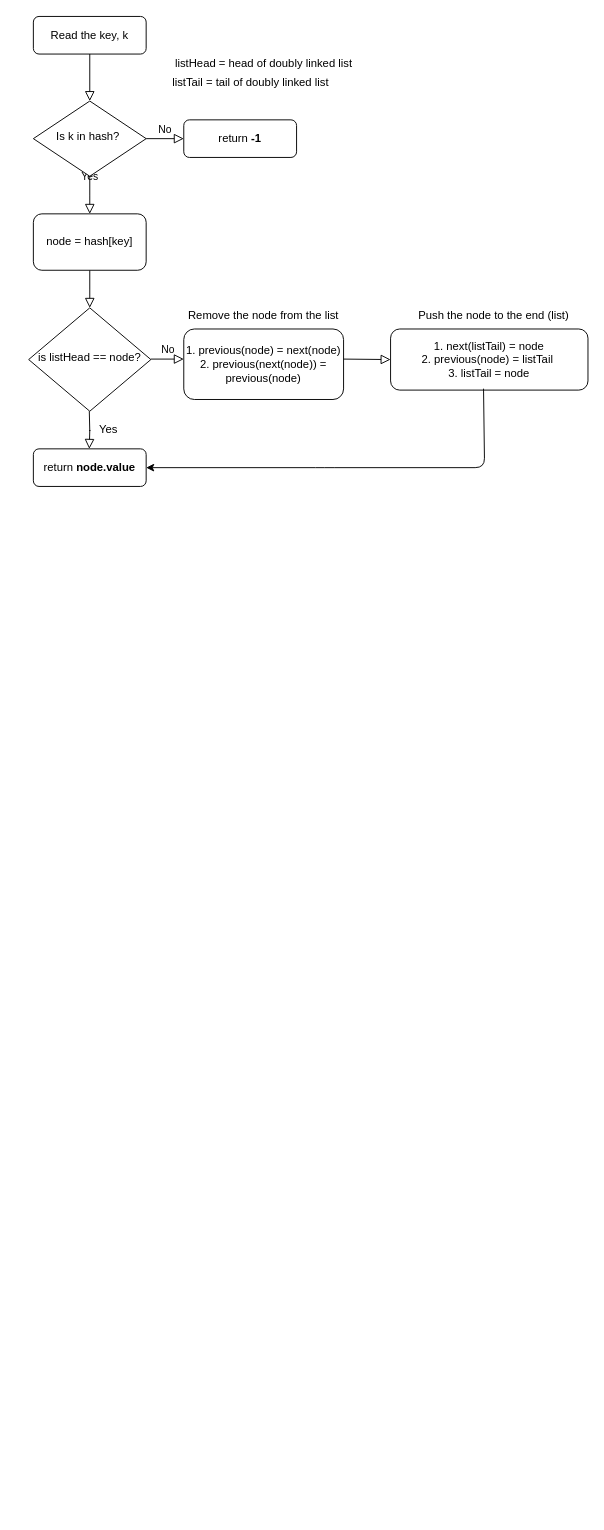
hawaijar/FireLeetcode keeps this draw.io diagram as Untitled Diagram.drawio. Above is the earlier version. Source tidied: cells renumbered, new cells numbered last; positions are measured from the earlier drawing's top-left corner, leaving out a move shared by most shapes. Both pictures are drawn from the tidied source at 94%, with x=0, y=0 at pixel (28, 16).
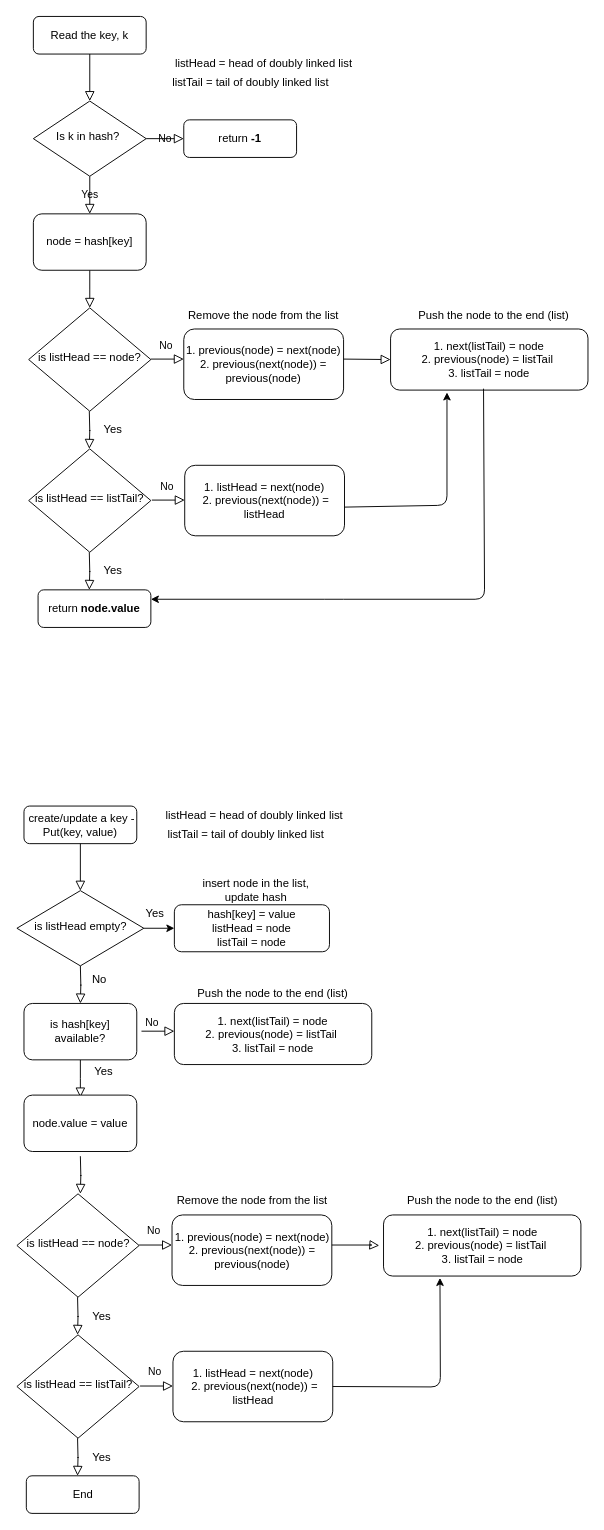
Above is the later version.

Commit message:
Added write flow chart (LRU cache)

The change refers to these unchanged cells:
```xml
<mxCell id="3" value="Read the key, k" style="rounded=1;whiteSpace=wrap;html=1;fontSize=12;glass=0;strokeWidth=1;shadow=0;" parent="1" vertex="1">
  <mxGeometry x="5" width="120" height="40" as="geometry" />
</mxCell>
<mxCell id="9" value="node = hash[key]" style="rounded=1;whiteSpace=wrap;html=1;" parent="1" vertex="1">
  <mxGeometry x="5" y="210" width="120" height="60" as="geometry" />
</mxCell>
<mxCell id="18" value="1. next(listTail) = node &lt;br&gt;2. previous(node) = listTail&amp;nbsp; &lt;br&gt;3. listTail = node" style="rounded=1;whiteSpace=wrap;html=1;fontSize=12;glass=0;strokeWidth=1;shadow=0;" parent="1" vertex="1">
  <mxGeometry x="385" y="332.5" width="210" height="65" as="geometry" />
</mxCell>
```

Change to the diagram source:
```diff
@@
-    <mxCell id="2" style="rounded=0;html=1;jettySize=auto;fontSize=11;endArrow=block;endFill=0;endSize=8;strokeWidth=1;shadow=0;labelBackgroundColor=none;edgeStyle=orthogonalEdgeStyle;" parent="1" edge="1" source="3" target="6">
-      <mxGeometry relative="1" as="geometry" />
-    </mxCell>
+    <mxCell id="23" value="&amp;nbsp;create/update a key - Put(key, value)" style="rounded=1;whiteSpace=wrap;html=1;fontSize=12;glass=0;strokeWidth=1;shadow=0;" parent="1" vertex="1">
+      <mxGeometry x="-5" y="840" width="120" height="40" as="geometry" />
+    </mxCell>
+    <mxCell id="24" value="is listHead empty?" style="rhombus;whiteSpace=wrap;html=1;shadow=0;fontFamily=Helvetica;fontSize=12;align=center;strokeWidth=1;spacing=6;spacingTop=-4;" parent="1" vertex="1">
+      <mxGeometry x="-12.5" y="930" width="135" height="80" as="geometry" />
+    </mxCell>
+    <mxCell id="25" style="rounded=0;html=1;jettySize=auto;fontSize=11;endArrow=block;endFill=0;endSize=8;strokeWidth=1;shadow=0;labelBackgroundColor=none;edgeStyle=orthogonalEdgeStyle;" parent="1" edge="1" source="23" target="24">
+      <mxGeometry x="145" y="920" as="geometry" />
+    </mxCell>
+    <mxCell id="26" value="hash[key] = value&lt;br&gt;listHead = node&lt;br&gt;listTail = node" style="rounded=1;whiteSpace=wrap;html=1;fontSize=12;glass=0;strokeWidth=1;shadow=0;" parent="1" vertex="1">
+      <mxGeometry x="155" y="945" width="165" height="50" as="geometry" />
+    </mxCell>
+    <mxCell id="27" style="rounded=0;html=1;jettySize=auto;fontSize=11;endArrow=block;endFill=0;endSize=8;strokeWidth=1;shadow=0;labelBackgroundColor=none;edgeStyle=orthogonalEdgeStyle;exitX=0.5;exitY=1;exitDx=0;exitDy=0;" parent="1" edge="1" source="28">
+      <mxGeometry x="145" y="920" as="geometry">
+        <mxPoint x="55" y="1150" as="targetPoint" />
+      </mxGeometry>
+    </mxCell>
+    <mxCell id="28" value="is hash[key] available?" style="rounded=1;whiteSpace=wrap;html=1;" parent="1" vertex="1">
+      <mxGeometry x="-5" y="1050" width="120" height="60" as="geometry" />
+    </mxCell>
+    <mxCell id="29" value="listHead = head of doubly linked list&amp;nbsp;" style="text;html=1;strokeColor=none;fillColor=none;align=center;verticalAlign=middle;whiteSpace=wrap;rounded=0;" parent="1" vertex="1">
+      <mxGeometry x="139" y="840" width="206" height="20" as="geometry" />
+    </mxCell>
+    <mxCell id="30" value="listTail = tail of doubly linked list&amp;nbsp;" style="text;html=1;strokeColor=none;fillColor=none;align=center;verticalAlign=middle;whiteSpace=wrap;rounded=0;" parent="1" vertex="1">
+      <mxGeometry x="130" y="860" width="206" height="20" as="geometry" />
+    </mxCell>
+    <mxCell id="31" style="rounded=0;html=1;jettySize=auto;orthogonalLoop=1;fontSize=11;endArrow=block;endFill=0;endSize=8;strokeWidth=1;shadow=0;labelBackgroundColor=none;edgeStyle=orthogonalEdgeStyle;exitX=0.5;exitY=1;exitDx=0;exitDy=0;" parent="1" edge="1">
+      <mxGeometry x="145" y="820" as="geometry">
+        <mxPoint x="55" y="1010" as="sourcePoint" />
+        <mxPoint x="55" y="1050" as="targetPoint" />
+      </mxGeometry>
+    </mxCell>
+    <mxCell id="32" style="endArrow=classic;html=1;entryX=0;entryY=0.5;entryDx=0;entryDy=0;exitX=1;exitY=0.5;exitDx=0;exitDy=0;" parent="1" edge="1" source="24" target="26">
+      <mxGeometry relative="1" as="geometry" />
+    </mxCell>
+    <mxCell id="33" value="insert node in the list, update hash" style="text;html=1;strokeColor=none;fillColor=none;align=center;verticalAlign=middle;whiteSpace=wrap;rounded=0;" parent="1" vertex="1">
+      <mxGeometry x="182" y="920" width="120" height="20" as="geometry" />
+    </mxCell>
+    <mxCell id="34" value="Yes" style="text;html=1;strokeColor=none;fillColor=none;align=center;verticalAlign=middle;whiteSpace=wrap;rounded=0;" parent="1" vertex="1">
+      <mxGeometry x="130" y="950" width="9" height="10" as="geometry" />
+    </mxCell>
+    <mxCell id="35" value="No" style="text;html=1;strokeColor=none;fillColor=none;align=center;verticalAlign=middle;whiteSpace=wrap;rounded=0;" parent="1" vertex="1">
+      <mxGeometry x="70.5" y="1020" width="9" height="10" as="geometry" />
+    </mxCell>
+    <mxCell id="36" value="1. next(listTail) = node &lt;br&gt;2. previous(node) = listTail&amp;nbsp; &lt;br&gt;3. listTail = node" style="rounded=1;whiteSpace=wrap;html=1;fontSize=12;glass=0;strokeWidth=1;shadow=0;" parent="1" vertex="1">
+      <mxGeometry x="155" y="1050" width="210" height="65" as="geometry" />
+    </mxCell>
+    <mxCell id="37" value="Push the node to the end (list)" style="text;html=1;strokeColor=none;fillColor=none;align=center;verticalAlign=middle;whiteSpace=wrap;rounded=0;" parent="1" vertex="1">
+      <mxGeometry x="170" y="1030" width="180" height="20" as="geometry" />
+    </mxCell>
+    <mxCell id="38" value="No" style="edgeStyle=orthogonalEdgeStyle;rounded=0;html=1;jettySize=auto;orthogonalLoop=1;fontSize=11;endArrow=block;endFill=0;endSize=8;strokeWidth=1;shadow=0;labelBackgroundColor=none;" parent="1" edge="1">
+      <mxGeometry x="-5" y="240" as="geometry">
+        <mxPoint x="120" y="1079.5" as="sourcePoint" />
+        <mxPoint x="155" y="1080" as="targetPoint" />
+        <mxPoint x="-7" y="-10" as="offset" />
+      </mxGeometry>
+    </mxCell>
+    <mxCell id="39" value="Yes" style="text;html=1;strokeColor=none;fillColor=none;align=center;verticalAlign=middle;whiteSpace=wrap;rounded=0;" parent="1" vertex="1">
+      <mxGeometry x="65" y="1115" width="30" height="15" as="geometry" />
+    </mxCell>
@@
     <mxCell id="4" value="Yes" style="rounded=0;html=1;jettySize=auto;fontSize=11;endArrow=block;endFill=0;endSize=8;strokeWidth=1;shadow=0;labelBackgroundColor=none;edgeStyle=orthogonalEdgeStyle;" parent="1" edge="1" source="6">
-      <mxGeometry y="20" relative="1" as="geometry">
+      <mxGeometry x="155" y="80" as="geometry">
         <mxPoint x="65" y="210" as="targetPoint" />
       </mxGeometry>
     </mxCell>
+    <mxCell id="6" value="Is k in hash?&amp;nbsp;" style="rhombus;whiteSpace=wrap;html=1;shadow=0;fontFamily=Helvetica;fontSize=12;align=center;strokeWidth=1;spacing=6;spacingTop=-4;" parent="1" vertex="1">
+      <mxGeometry x="5" y="90" width="120" height="80" as="geometry" />
+    </mxCell>
+    <mxCell id="2" style="rounded=0;html=1;jettySize=auto;fontSize=11;endArrow=block;endFill=0;endSize=8;strokeWidth=1;shadow=0;labelBackgroundColor=none;edgeStyle=orthogonalEdgeStyle;" parent="1" edge="1" source="3" target="6">
+      <mxGeometry x="155" y="80" as="geometry" />
+    </mxCell>
+    <mxCell id="7" value="return &lt;b&gt;-1&lt;/b&gt;" style="rounded=1;whiteSpace=wrap;html=1;fontSize=12;glass=0;strokeWidth=1;shadow=0;" parent="1" vertex="1">
+      <mxGeometry x="165" y="110" width="120" height="40" as="geometry" />
+    </mxCell>
     <mxCell id="5" value="No" style="edgeStyle=orthogonalEdgeStyle;rounded=0;html=1;jettySize=auto;fontSize=11;endArrow=block;endFill=0;endSize=8;strokeWidth=1;shadow=0;labelBackgroundColor=none;" parent="1" edge="1" source="6" target="7">
-      <mxGeometry y="10" relative="1" as="geometry" />
+      <mxGeometry x="155" y="80" as="geometry" />
     </mxCell>
-    <mxCell id="6" value="Is k in hash?&amp;nbsp;" style="rhombus;whiteSpace=wrap;html=1;shadow=0;fontFamily=Helvetica;fontSize=12;align=center;strokeWidth=1;spacing=6;spacingTop=-4;" parent="1" vertex="1">
-      <mxGeometry x="5" y="90" width="120" height="80" as="geometry" />
-    </mxCell>
-    <mxCell id="7" value="return &lt;b&gt;-1&lt;/b&gt;" style="rounded=1;whiteSpace=wrap;html=1;fontSize=12;glass=0;strokeWidth=1;shadow=0;" parent="1" vertex="1">
-      <mxGeometry x="165" y="110" width="120" height="40" as="geometry" />
-    </mxCell>
     <mxCell id="8" style="rounded=0;html=1;jettySize=auto;fontSize=11;endArrow=block;endFill=0;endSize=8;strokeWidth=1;shadow=0;labelBackgroundColor=none;edgeStyle=orthogonalEdgeStyle;exitX=0.5;exitY=1;exitDx=0;exitDy=0;" parent="1" edge="1" source="9">
-      <mxGeometry x="0.33" y="20" relative="1" as="geometry">
+      <mxGeometry x="155" y="80" as="geometry">
         <mxPoint x="65" y="310" as="targetPoint" />
       </mxGeometry>
     </mxCell>
@@
     <mxCell id="14" value="No" style="edgeStyle=orthogonalEdgeStyle;rounded=0;html=1;jettySize=auto;orthogonalLoop=1;fontSize=11;endArrow=block;endFill=0;endSize=8;strokeWidth=1;shadow=0;labelBackgroundColor=none;" parent="1" edge="1">
-      <mxGeometry y="10" relative="1" as="geometry">
+      <mxGeometry as="geometry">
         <mxPoint x="130" y="364.5" as="sourcePoint" />
         <mxPoint x="165" y="365" as="targetPoint" />
+        <mxPoint x="-2" y="-15" as="offset" />
       </mxGeometry>
     </mxCell>
     <mxCell id="15" value="return &lt;b&gt;node.value&lt;/b&gt;" style="rounded=1;whiteSpace=wrap;html=1;fontSize=12;glass=0;strokeWidth=1;shadow=0;" parent="1" vertex="1">
-      <mxGeometry x="5" y="460" width="120" height="40" as="geometry" />
+      <mxGeometry x="10" y="610" width="120" height="40" as="geometry" />
     </mxCell>
     <mxCell id="16" style="rounded=0;html=1;jettySize=auto;orthogonalLoop=1;fontSize=11;endArrow=block;endFill=0;endSize=8;strokeWidth=1;shadow=0;labelBackgroundColor=none;edgeStyle=orthogonalEdgeStyle;exitX=0.5;exitY=1;exitDx=0;exitDy=0;" parent="1" edge="1">
-      <mxGeometry x="0.33" y="20" relative="1" as="geometry">
+      <mxGeometry x="155" y="80" as="geometry">
         <mxPoint x="64.5" y="420" as="sourcePoint" />
         <mxPoint x="64.5" y="460" as="targetPoint" />
       </mxGeometry>
     </mxCell>
     <mxCell id="17" value="Yes" style="text;html=1;strokeColor=none;fillColor=none;align=center;verticalAlign=middle;whiteSpace=wrap;rounded=0;" parent="1" vertex="1">
-      <mxGeometry x="65" y="430" width="40" height="20" as="geometry" />
+      <mxGeometry x="75" y="430" width="30" height="20" as="geometry" />
     </mxCell>
@@
     <mxCell id="19" style="edgeStyle=orthogonalEdgeStyle;rounded=0;html=1;jettySize=auto;fontSize=11;endArrow=block;endFill=0;endSize=8;strokeWidth=1;shadow=0;labelBackgroundColor=none;entryX=0;entryY=0.5;entryDx=0;entryDy=0;" parent="1" edge="1" target="18">
-      <mxGeometry y="10" relative="1" as="geometry">
+      <mxGeometry x="155" y="80" as="geometry">
         <mxPoint x="335" y="364.5" as="sourcePoint" />
       </mxGeometry>
     </mxCell>
-    <mxCell id="20" style="endArrow=classic;html=1;entryX=1;entryY=0.5;entryDx=0;entryDy=0;exitX=0.471;exitY=0.977;exitDx=0;exitDy=0;exitPerimeter=0;" parent="1" edge="1" source="18">
-      <mxGeometry relative="1" as="geometry">
-        <mxPoint x="125" y="480" as="targetPoint" />
+    <mxCell id="20" style="endArrow=classic;html=1;exitX=0.471;exitY=0.977;exitDx=0;exitDy=0;exitPerimeter=0;entryX=1;entryY=0.25;entryDx=0;entryDy=0;" parent="1" edge="1" source="18" target="15">
+      <mxGeometry x="155" y="80" as="geometry">
         <Array as="points">
-          <mxPoint x="485" y="480" />
-          <mxPoint x="315" y="480" />
+          <mxPoint x="485" y="620" />
+          <mxPoint x="325" y="620" />
         </Array>
       </mxGeometry>
     </mxCell>
@@
+    <mxCell id="40" value="is listHead == listTail?" style="rhombus;whiteSpace=wrap;html=1;shadow=0;fontFamily=Helvetica;fontSize=12;align=center;strokeWidth=1;spacing=6;spacingTop=-4;" parent="1" vertex="1">
+      <mxGeometry y="460" width="130" height="110" as="geometry" />
+    </mxCell>
+    <mxCell id="41" style="rounded=0;html=1;jettySize=auto;orthogonalLoop=1;fontSize=11;endArrow=block;endFill=0;endSize=8;strokeWidth=1;shadow=0;labelBackgroundColor=none;edgeStyle=orthogonalEdgeStyle;exitX=0.5;exitY=1;exitDx=0;exitDy=0;" parent="1" edge="1">
+      <mxGeometry x="155" y="230" as="geometry">
+        <mxPoint x="64.5" y="570" as="sourcePoint" />
+        <mxPoint x="64.5" y="610" as="targetPoint" />
+      </mxGeometry>
+    </mxCell>
+    <mxCell id="42" value="Yes" style="text;html=1;strokeColor=none;fillColor=none;align=center;verticalAlign=middle;whiteSpace=wrap;rounded=0;" parent="1" vertex="1">
+      <mxGeometry x="75" y="580" width="30" height="20" as="geometry" />
+    </mxCell>
+    <mxCell id="43" value="1. listHead = next(node)&lt;br&gt;&amp;nbsp;2. previous(next(node)) = listHead" style="rounded=1;whiteSpace=wrap;html=1;fontSize=12;glass=0;strokeWidth=1;shadow=0;" parent="1" vertex="1">
+      <mxGeometry x="166" y="477.5" width="170" height="75" as="geometry" />
+    </mxCell>
+    <mxCell id="44" value="No" style="edgeStyle=orthogonalEdgeStyle;rounded=0;html=1;jettySize=auto;orthogonalLoop=1;fontSize=11;endArrow=block;endFill=0;endSize=8;strokeWidth=1;shadow=0;labelBackgroundColor=none;" parent="1" edge="1">
+      <mxGeometry x="1" y="150" as="geometry">
+        <mxPoint x="131" y="514.5" as="sourcePoint" />
+        <mxPoint x="166" y="515" as="targetPoint" />
+        <mxPoint x="-2" y="-15" as="offset" />
+      </mxGeometry>
+    </mxCell>
+    <mxCell id="45" style="endArrow=classic;html=1;exitX=1;exitY=0.593;exitDx=0;exitDy=0;exitPerimeter=0;" parent="1" edge="1" source="43">
+      <mxGeometry relative="1" as="geometry">
+        <mxPoint x="445" y="400" as="targetPoint" />
+        <Array as="points">
+          <mxPoint x="445" y="520" />
+        </Array>
+      </mxGeometry>
+    </mxCell>
+    <mxCell id="46" value="is listHead == node?" style="rhombus;whiteSpace=wrap;html=1;shadow=0;fontFamily=Helvetica;fontSize=12;align=center;strokeWidth=1;spacing=6;spacingTop=-4;" parent="1" vertex="1">
+      <mxGeometry x="-12.5" y="1252.5" width="130" height="110" as="geometry" />
+    </mxCell>
+    <mxCell id="47" value="1. previous(node) = next(node) 2. previous(next(node)) = previous(node)" style="rounded=1;whiteSpace=wrap;html=1;fontSize=12;glass=0;strokeWidth=1;shadow=0;" parent="1" vertex="1">
+      <mxGeometry x="152.5" y="1275" width="170" height="75" as="geometry" />
+    </mxCell>
+    <mxCell id="48" value="No" style="edgeStyle=orthogonalEdgeStyle;rounded=0;html=1;jettySize=auto;orthogonalLoop=1;fontSize=11;endArrow=block;endFill=0;endSize=8;strokeWidth=1;shadow=0;labelBackgroundColor=none;" parent="1" edge="1">
+      <mxGeometry x="-12.5" y="942.5" as="geometry">
+        <mxPoint x="117.5" y="1307" as="sourcePoint" />
+        <mxPoint x="152.5" y="1307.5" as="targetPoint" />
+        <mxPoint x="-2" y="-15" as="offset" />
+      </mxGeometry>
+    </mxCell>
+    <mxCell id="49" value="End" style="rounded=1;whiteSpace=wrap;html=1;fontSize=12;glass=0;strokeWidth=1;shadow=0;" parent="1" vertex="1">
+      <mxGeometry x="-2.5" y="1552.5" width="120" height="40" as="geometry" />
+    </mxCell>
+    <mxCell id="50" style="rounded=0;html=1;jettySize=auto;orthogonalLoop=1;fontSize=11;endArrow=block;endFill=0;endSize=8;strokeWidth=1;shadow=0;labelBackgroundColor=none;edgeStyle=orthogonalEdgeStyle;exitX=0.5;exitY=1;exitDx=0;exitDy=0;" parent="1" edge="1">
+      <mxGeometry x="142.5" y="1022.5" as="geometry">
+        <mxPoint x="52" y="1362.5" as="sourcePoint" />
+        <mxPoint x="52" y="1402.5" as="targetPoint" />
+      </mxGeometry>
+    </mxCell>
+    <mxCell id="51" value="Yes" style="text;html=1;strokeColor=none;fillColor=none;align=center;verticalAlign=middle;whiteSpace=wrap;rounded=0;" parent="1" vertex="1">
+      <mxGeometry x="62.5" y="1372.5" width="30" height="20" as="geometry" />
+    </mxCell>
+    <mxCell id="52" style="edgeStyle=orthogonalEdgeStyle;rounded=0;html=1;jettySize=auto;orthogonalLoop=1;fontSize=11;endArrow=block;endFill=0;endSize=8;strokeWidth=1;shadow=0;labelBackgroundColor=none;" parent="1" edge="1">
+      <mxGeometry x="142.5" y="1022.5" as="geometry">
+        <mxPoint x="322.5" y="1307" as="sourcePoint" />
+        <mxPoint x="373" y="1307.5" as="targetPoint" />
+        <Array as="points">
+          <mxPoint x="365" y="1307.5" />
+          <mxPoint x="365" y="1307.5" />
+        </Array>
+      </mxGeometry>
+    </mxCell>
+    <mxCell id="53" value="Remove the node from the list" style="text;html=1;strokeColor=none;fillColor=none;align=center;verticalAlign=middle;whiteSpace=wrap;rounded=0;" parent="1" vertex="1">
+      <mxGeometry x="147.5" y="1250" width="180" height="20" as="geometry" />
+    </mxCell>
+    <mxCell id="54" value="Push the node to the end (list)" style="text;html=1;strokeColor=none;fillColor=none;align=center;verticalAlign=middle;whiteSpace=wrap;rounded=0;" parent="1" vertex="1">
+      <mxGeometry x="392.5" y="1250" width="180" height="20" as="geometry" />
+    </mxCell>
+    <mxCell id="55" value="is listHead == listTail?" style="rhombus;whiteSpace=wrap;html=1;shadow=0;fontFamily=Helvetica;fontSize=12;align=center;strokeWidth=1;spacing=6;spacingTop=-4;" parent="1" vertex="1">
+      <mxGeometry x="-12.5" y="1402.5" width="130" height="110" as="geometry" />
+    </mxCell>
+    <mxCell id="56" style="rounded=0;html=1;jettySize=auto;orthogonalLoop=1;fontSize=11;endArrow=block;endFill=0;endSize=8;strokeWidth=1;shadow=0;labelBackgroundColor=none;edgeStyle=orthogonalEdgeStyle;exitX=0.5;exitY=1;exitDx=0;exitDy=0;" parent="1" edge="1">
+      <mxGeometry x="142.5" y="1172.5" as="geometry">
+        <mxPoint x="52" y="1512.5" as="sourcePoint" />
+        <mxPoint x="52" y="1552.5" as="targetPoint" />
+      </mxGeometry>
+    </mxCell>
+    <mxCell id="57" value="Yes" style="text;html=1;strokeColor=none;fillColor=none;align=center;verticalAlign=middle;whiteSpace=wrap;rounded=0;" parent="1" vertex="1">
+      <mxGeometry x="62.5" y="1522.5" width="30" height="20" as="geometry" />
+    </mxCell>
+    <mxCell id="58" value="1. listHead = next(node)&lt;br&gt;&amp;nbsp;2. previous(next(node)) = listHead" style="rounded=1;whiteSpace=wrap;html=1;fontSize=12;glass=0;strokeWidth=1;shadow=0;" parent="1" vertex="1">
+      <mxGeometry x="153.5" y="1420" width="170" height="75" as="geometry" />
+    </mxCell>
+    <mxCell id="59" value="No" style="edgeStyle=orthogonalEdgeStyle;rounded=0;html=1;jettySize=auto;orthogonalLoop=1;fontSize=11;endArrow=block;endFill=0;endSize=8;strokeWidth=1;shadow=0;labelBackgroundColor=none;" parent="1" edge="1">
+      <mxGeometry x="-11.5" y="1092.5" as="geometry">
+        <mxPoint x="118.5" y="1457" as="sourcePoint" />
+        <mxPoint x="153.5" y="1457.5" as="targetPoint" />
+        <mxPoint x="-2" y="-15" as="offset" />
+      </mxGeometry>
+    </mxCell>
+    <mxCell id="60" style="endArrow=classic;html=1;exitX=1;exitY=0.5;exitDx=0;exitDy=0;entryX=0.286;entryY=1.031;entryDx=0;entryDy=0;entryPerimeter=0;" parent="1" edge="1" source="58" target="61">
+      <mxGeometry x="142.5" y="1330" as="geometry">
+        <Array as="points">
+          <mxPoint x="438" y="1458" />
+        </Array>
+      </mxGeometry>
+    </mxCell>
+    <mxCell id="61" value="1. next(listTail) = node &lt;br&gt;2. previous(node) = listTail&amp;nbsp; &lt;br&gt;3. listTail = node" style="rounded=1;whiteSpace=wrap;html=1;fontSize=12;glass=0;strokeWidth=1;shadow=0;" parent="1" vertex="1">
+      <mxGeometry x="377.5" y="1275" width="210" height="65" as="geometry" />
+    </mxCell>
+    <mxCell id="62" value="node.value = value" style="rounded=1;whiteSpace=wrap;html=1;" parent="1" vertex="1">
+      <mxGeometry x="-5" y="1147.5" width="120" height="60" as="geometry" />
+    </mxCell>
+    <mxCell id="63" style="rounded=0;html=1;jettySize=auto;orthogonalLoop=1;fontSize=11;endArrow=block;endFill=0;endSize=8;strokeWidth=1;shadow=0;labelBackgroundColor=none;edgeStyle=orthogonalEdgeStyle;exitX=0.5;exitY=1;exitDx=0;exitDy=0;" parent="1" edge="1">
+      <mxGeometry x="145" y="1022.5" as="geometry">
+        <mxPoint x="55" y="1212.5" as="sourcePoint" />
+        <mxPoint x="55" y="1252.5" as="targetPoint" />
+      </mxGeometry>
+    </mxCell>
```
